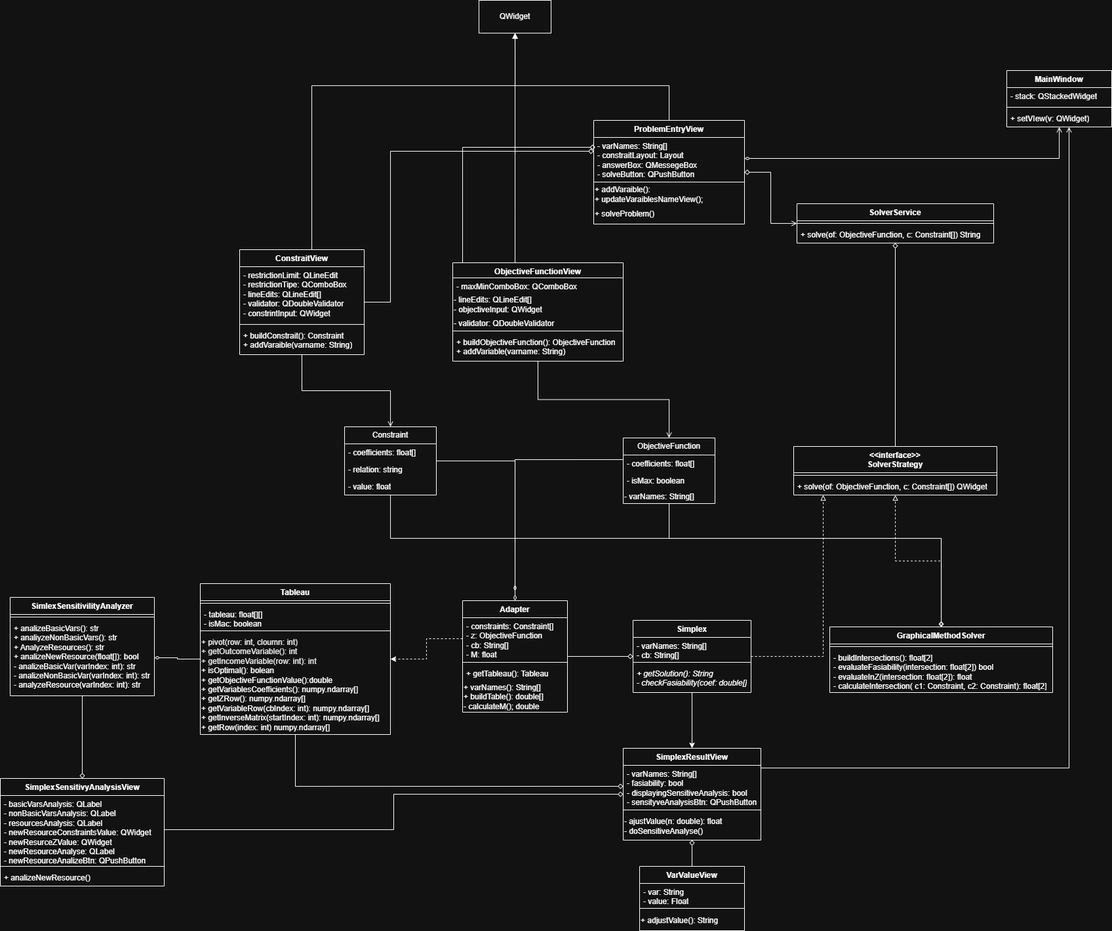
This is DocFIles/img/Simplex UML.drawio.png from yisusMurcia/IO-methods, a draw.io export, as it was before one commit. Source tidied: cells renumbered, new cells last; positions are measured from the earlier drawing's top-left corner, leaving out a move shared by most shapes.
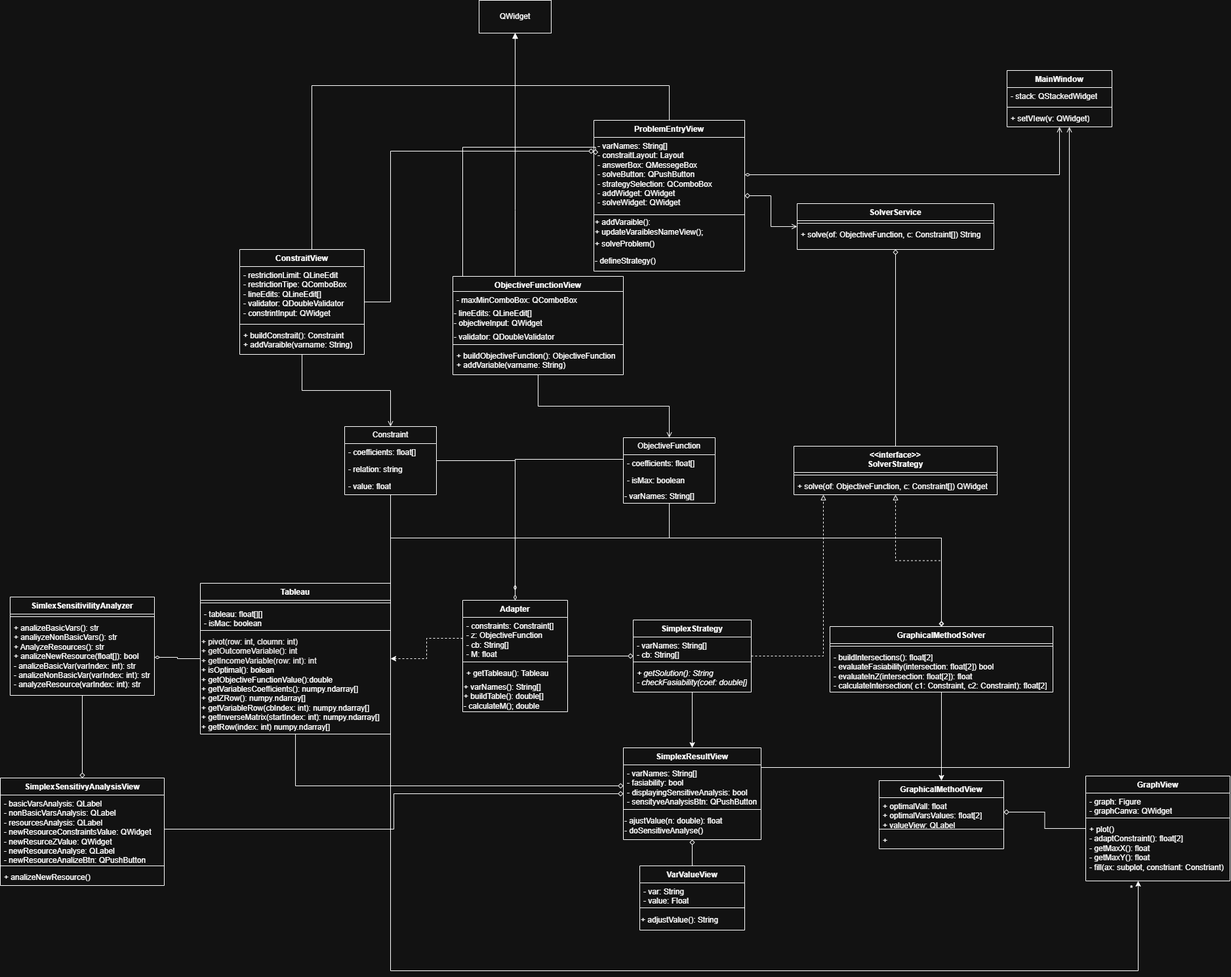
After the commit.

The edit, as a diff of the source:
```diff
@@ -34,6 +34,14 @@
         </Array>
       </mxGeometry>
     </mxCell>
+    <mxCell id="93" style="edgeStyle=orthogonalEdgeStyle;rounded=0;jettySize=auto;html=1;" parent="1" edge="1" source="11" target="101">
+      <mxGeometry relative="1" as="geometry">
+        <Array as="points">
+          <mxPoint x="595" y="1480" />
+          <mxPoint x="1735" y="1480" />
+        </Array>
+      </mxGeometry>
+    </mxCell>
     <mxCell id="11" value="Constraint" style="swimlane;fontStyle=0;horizontal=1;startSize=26;fillColor=none;whiteSpace=wrap;html=1;" parent="1" vertex="1">
       <mxGeometry x="525" y="650" width="140" height="104" as="geometry" />
     </mxCell>
@@ -105,31 +113,34 @@
       </mxGeometry>
     </mxCell>
     <mxCell id="29" value="ProblemEntryView" style="swimlane;fontStyle=1;align=center;verticalAlign=top;horizontal=1;startSize=26;whiteSpace=wrap;html=1;" parent="1" vertex="1">
-      <mxGeometry x="905" y="183" width="230" height="158" as="geometry" />
+      <mxGeometry x="905" y="183" width="230" height="230" as="geometry" />
     </mxCell>
-    <mxCell id="30" value="- varNames: String[]&lt;div&gt;- constraitLayout: Layout&lt;/div&gt;&lt;div&gt;- answerBox: QMessegeBox&lt;/div&gt;&lt;div&gt;- solveButton: QPushButton&lt;/div&gt;" style="text;strokeColor=none;fillColor=none;align=left;verticalAlign=top;spacingLeft=4;spacingRight=4;overflow=hidden;points=[[0,0.5],[1,0.5]];portConstraint=eastwest;whiteSpace=wrap;html=1;" parent="29" vertex="1">
-      <mxGeometry y="26" width="230" height="64" as="geometry" />
+    <mxCell id="30" value="- varNames: String[]&lt;div&gt;- constraitLayout: Layout&lt;/div&gt;&lt;div&gt;- answerBox: QMessegeBox&lt;/div&gt;&lt;div&gt;- solveButton: QPushButton&lt;/div&gt;&lt;div&gt;- strategySelection: QComboBox&lt;/div&gt;&lt;div&gt;- addWidget: QWidget&lt;/div&gt;&lt;div&gt;- solveWidget: QWidget&lt;/div&gt;" style="text;strokeColor=none;fillColor=none;align=left;verticalAlign=top;spacingLeft=4;spacingRight=4;overflow=hidden;points=[[0,0.5],[1,0.5]];portConstraint=eastwest;whiteSpace=wrap;html=1;" parent="29" vertex="1">
+      <mxGeometry y="26" width="230" height="114" as="geometry" />
     </mxCell>
     <mxCell id="31" style="line;strokeWidth=1;fillColor=none;align=left;verticalAlign=middle;spacingTop=-1;spacingLeft=3;spacingRight=3;labelPosition=right;strokeColor=inherit;" parent="29" vertex="1">
-      <mxGeometry y="90" width="230" height="8" as="geometry" />
+      <mxGeometry y="140" width="230" height="8" as="geometry" />
     </mxCell>
     <mxCell id="32" value="+ addVaraible():&lt;div&gt;+ updateVaraiblesNameView();&lt;/div&gt;" style="text;html=1;whiteSpace=wrap;strokeColor=none;fillColor=none;align=left;verticalAlign=middle;rounded=0;" parent="29" vertex="1">
-      <mxGeometry y="98" width="230" height="30" as="geometry" />
+      <mxGeometry y="148" width="230" height="30" as="geometry" />
     </mxCell>
     <mxCell id="33" value="+ solveProblem()" style="text;html=1;whiteSpace=wrap;strokeColor=none;fillColor=none;align=left;verticalAlign=middle;rounded=0;" parent="29" vertex="1">
-      <mxGeometry y="128" width="230" height="30" as="geometry" />
+      <mxGeometry y="178" width="230" height="22" as="geometry" />
     </mxCell>
+    <mxCell id="94" value="- defineStrategy()" style="text;html=1;whiteSpace=wrap;strokeColor=none;fillColor=none;align=left;verticalAlign=middle;rounded=0;" parent="29" vertex="1">
+      <mxGeometry y="200" width="230" height="30" as="geometry" />
+    </mxCell>
     <mxCell id="34" style="edgeStyle=orthogonalEdgeStyle;rounded=0;jettySize=auto;html=1;endArrow=diamond;endFill=0;startArrow=open;startFill=0;" parent="1" edge="1" source="35" target="29">
       <mxGeometry relative="1" as="geometry" />
     </mxCell>
     <mxCell id="35" value="SolverService" style="swimlane;fontStyle=1;align=center;verticalAlign=top;horizontal=1;startSize=26;whiteSpace=wrap;html=1;" parent="1" vertex="1">
-      <mxGeometry x="1215" y="310" width="300" height="60" as="geometry" />
+      <mxGeometry x="1215" y="310" width="300" height="70" as="geometry" />
     </mxCell>
     <mxCell id="36" style="line;strokeWidth=1;fillColor=none;align=left;verticalAlign=middle;spacingTop=-1;spacingLeft=3;spacingRight=3;labelPosition=right;strokeColor=inherit;" parent="35" vertex="1">
       <mxGeometry y="26" width="300" height="8" as="geometry" />
     </mxCell>
     <mxCell id="37" value="+ solve(of: ObjectiveFunction, c: Constraint[]) String" style="text;strokeColor=none;fillColor=none;align=left;verticalAlign=top;spacingLeft=4;spacingRight=4;overflow=hidden;whiteSpace=wrap;html=1;" parent="35" vertex="1">
-      <mxGeometry y="34" width="300" height="26" as="geometry" />
+      <mxGeometry y="34" width="300" height="36" as="geometry" />
     </mxCell>
     <mxCell id="38" style="edgeStyle=orthogonalEdgeStyle;rounded=0;jettySize=auto;html=1;entryX=0.5;entryY=0;entryDx=0;entryDy=0;endArrow=open;endFill=0;" parent="1" edge="1" source="41" target="17">
       <mxGeometry relative="1" as="geometry" />
@@ -150,7 +161,7 @@
       </mxGeometry>
     </mxCell>
     <mxCell id="41" value="ObjectiveFunctionView" style="swimlane;fontStyle=1;align=center;verticalAlign=top;horizontal=1;startSize=23;whiteSpace=wrap;html=1;" parent="1" vertex="1">
-      <mxGeometry x="690" y="400" width="260" height="150" as="geometry" />
+      <mxGeometry x="690" y="421" width="260" height="150" as="geometry" />
     </mxCell>
     <mxCell id="42" value="- maxMinComboBox: QComboBox" style="text;strokeColor=none;fillColor=none;align=left;verticalAlign=top;spacingLeft=4;spacingRight=4;overflow=hidden;whiteSpace=wrap;html=1;" parent="41" vertex="1">
       <mxGeometry y="23" width="260" height="26" as="geometry" />
@@ -222,7 +233,7 @@
     <mxCell id="60" style="edgeStyle=orthogonalEdgeStyle;rounded=0;jettySize=auto;html=1;" parent="1" edge="1" source="61" target="66">
       <mxGeometry relative="1" as="geometry" />
     </mxCell>
-    <mxCell id="61" value="Simplex" style="swimlane;fontStyle=1;align=center;verticalAlign=top;horizontal=1;startSize=26;whiteSpace=wrap;html=1;" parent="1" vertex="1">
+    <mxCell id="61" value="SimplexStrategy" style="swimlane;fontStyle=1;align=center;verticalAlign=top;horizontal=1;startSize=26;whiteSpace=wrap;html=1;" parent="1" vertex="1">
       <mxGeometry x="965" y="945" width="180" height="110" as="geometry" />
     </mxCell>
     <mxCell id="62" value="&lt;div&gt;- varNames: String[]&lt;/div&gt;&lt;div&gt;- cb: String[]&lt;/div&gt;" style="text;strokeColor=none;fillColor=none;align=left;verticalAlign=top;spacingLeft=4;spacingRight=4;overflow=hidden;whiteSpace=wrap;html=1;" parent="61" vertex="1">
@@ -313,6 +324,9 @@
     <mxCell id="89" style="edgeStyle=orthogonalEdgeStyle;rounded=0;jettySize=auto;html=1;endArrow=block;endFill=0;dashed=1;" parent="1" edge="1" source="90" target="56">
       <mxGeometry relative="1" as="geometry" />
     </mxCell>
+    <mxCell id="95" style="edgeStyle=orthogonalEdgeStyle;rounded=0;jettySize=auto;html=1;" parent="1" edge="1" source="90" target="96">
+      <mxGeometry relative="1" as="geometry" />
+    </mxCell>
     <mxCell id="90" value="GraphicalMethodSolver" style="swimlane;fontStyle=1;align=center;verticalAlign=top;horizontal=1;startSize=26;whiteSpace=wrap;html=1;" parent="1" vertex="1">
       <mxGeometry x="1265" y="955" width="340" height="100" as="geometry" />
     </mxCell>
@@ -322,5 +336,35 @@
     <mxCell id="92" value="- buildIntersections(): float[2]&lt;div&gt;- evaluateFasiability(intersection: float[2]) bool&lt;/div&gt;&lt;div&gt;- evaluateInZ(intersection: float[2]): float&lt;/div&gt;&lt;div&gt;- calculateIntersection( c1: Constraint, c2: Constraint): float[2]&lt;/div&gt;" style="text;strokeColor=none;fillColor=none;align=left;verticalAlign=top;spacingLeft=4;spacingRight=4;overflow=hidden;whiteSpace=wrap;html=1;" parent="90" vertex="1">
       <mxGeometry y="34" width="340" height="66" as="geometry" />
     </mxCell>
+    <mxCell id="96" value="GraphicalMethodView" style="swimlane;fontStyle=1;align=center;verticalAlign=top;horizontal=1;startSize=26;whiteSpace=wrap;html=1;" parent="1" vertex="1">
+      <mxGeometry x="1340" y="1190" width="190" height="104" as="geometry" />
+    </mxCell>
+    <mxCell id="97" value="+ optimalVall: float&lt;div&gt;+ optimalVarsValues: float[2]&lt;/div&gt;&lt;div&gt;+ valueView: QLabel&lt;/div&gt;" style="text;strokeColor=none;fillColor=none;align=left;verticalAlign=top;spacingLeft=4;spacingRight=4;overflow=hidden;points=[[0,0.5],[1,0.5]];portConstraint=eastwest;whiteSpace=wrap;html=1;" parent="96" vertex="1">
+      <mxGeometry y="26" width="190" height="44" as="geometry" />
+    </mxCell>
+    <mxCell id="98" style="line;strokeWidth=1;fillColor=none;align=left;verticalAlign=middle;spacingTop=-1;spacingLeft=3;spacingRight=3;labelPosition=right;strokeColor=inherit;" parent="96" vertex="1">
+      <mxGeometry y="70" width="190" height="8" as="geometry" />
+    </mxCell>
+    <mxCell id="99" value="+" style="text;strokeColor=none;fillColor=none;align=left;verticalAlign=top;spacingLeft=4;spacingRight=4;overflow=hidden;whiteSpace=wrap;html=1;" parent="96" vertex="1">
+      <mxGeometry y="78" width="190" height="26" as="geometry" />
+    </mxCell>
+    <mxCell id="100" style="edgeStyle=orthogonalEdgeStyle;rounded=0;jettySize=auto;html=1;endArrow=diamond;endFill=0;" parent="1" edge="1" source="101" target="97">
+      <mxGeometry relative="1" as="geometry" />
+    </mxCell>
+    <mxCell id="101" value="GraphView" style="swimlane;fontStyle=1;align=center;verticalAlign=top;horizontal=1;startSize=26;whiteSpace=wrap;html=1;" parent="1" vertex="1">
+      <mxGeometry x="1655" y="1183" width="220" height="160" as="geometry" />
+    </mxCell>
+    <mxCell id="102" value="- graph: Figure&lt;div&gt;- graphCanva: QWidget&lt;/div&gt;" style="text;strokeColor=none;fillColor=none;align=left;verticalAlign=top;spacingLeft=4;spacingRight=4;overflow=hidden;whiteSpace=wrap;html=1;" parent="101" vertex="1">
+      <mxGeometry y="26" width="220" height="34" as="geometry" />
+    </mxCell>
+    <mxCell id="103" style="line;strokeWidth=1;fillColor=none;align=left;verticalAlign=middle;spacingTop=-1;spacingLeft=3;spacingRight=3;labelPosition=right;strokeColor=inherit;" parent="101" vertex="1">
+      <mxGeometry y="60" width="220" height="8" as="geometry" />
+    </mxCell>
+    <mxCell id="104" value="+ plot()&lt;div&gt;- adaptConstraint(): float[2]&lt;/div&gt;&lt;div&gt;- getMaxX(): float&lt;/div&gt;&lt;div&gt;- getMaxY(): float&lt;/div&gt;&lt;div&gt;- fill(ax: subplot, constriant: Constriant)&lt;/div&gt;" style="text;strokeColor=none;fillColor=none;align=left;verticalAlign=top;spacingLeft=4;spacingRight=4;overflow=hidden;whiteSpace=wrap;html=1;" parent="101" vertex="1">
+      <mxGeometry y="68" width="220" height="92" as="geometry" />
+    </mxCell>
+    <mxCell id="105" value="*" style="text;html=1;whiteSpace=wrap;strokeColor=none;fillColor=none;align=center;verticalAlign=middle;rounded=0;" parent="1" vertex="1">
+      <mxGeometry x="1695" y="1340" width="60" height="30" as="geometry" />
+    </mxCell>
   </root>
 </mxGraphModel>
```
